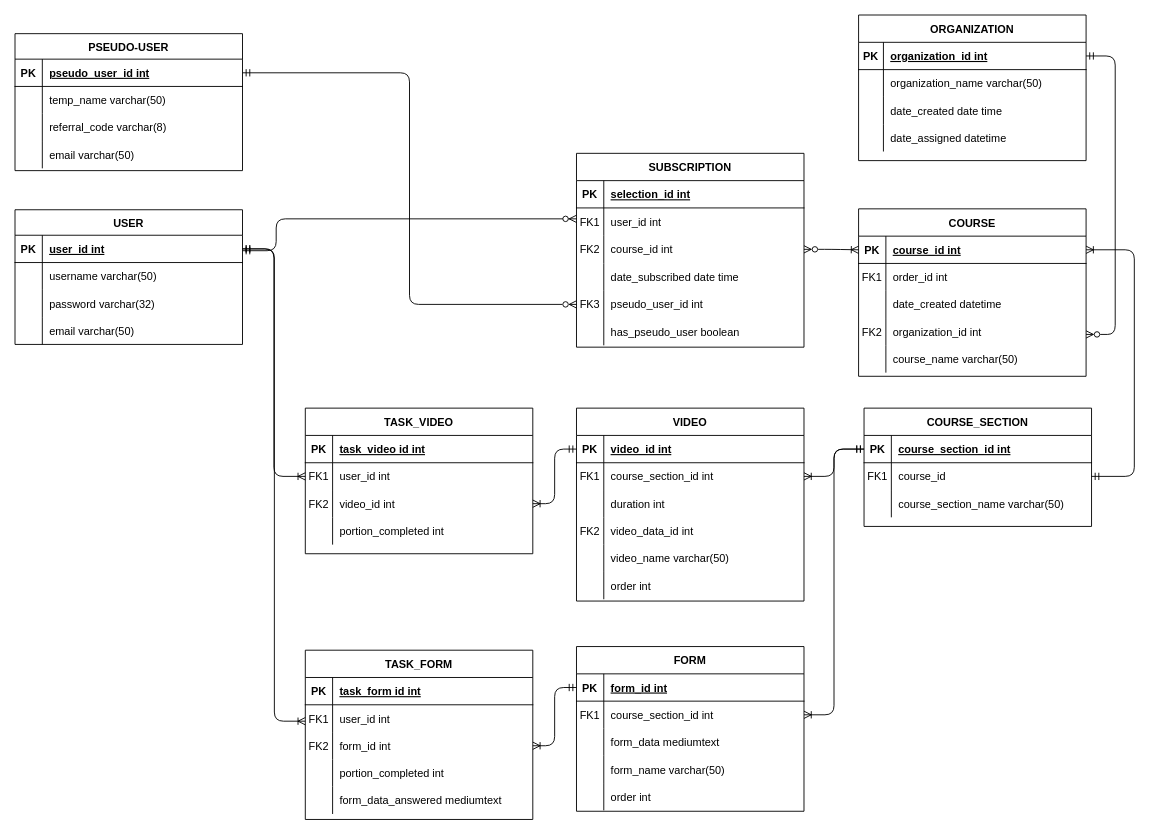
Before: docs/MOOC-3.drawio in Chai112/MOOC, a draw.io diagram. Source tidied: cells renumbered, new cells numbered last; positions are measured from the earlier drawing's top-left corner, leaving out a move shared by most shapes. Both pictures are drawn from the tidied source at 91%, with x=0, y=0 at pixel (15, 15).
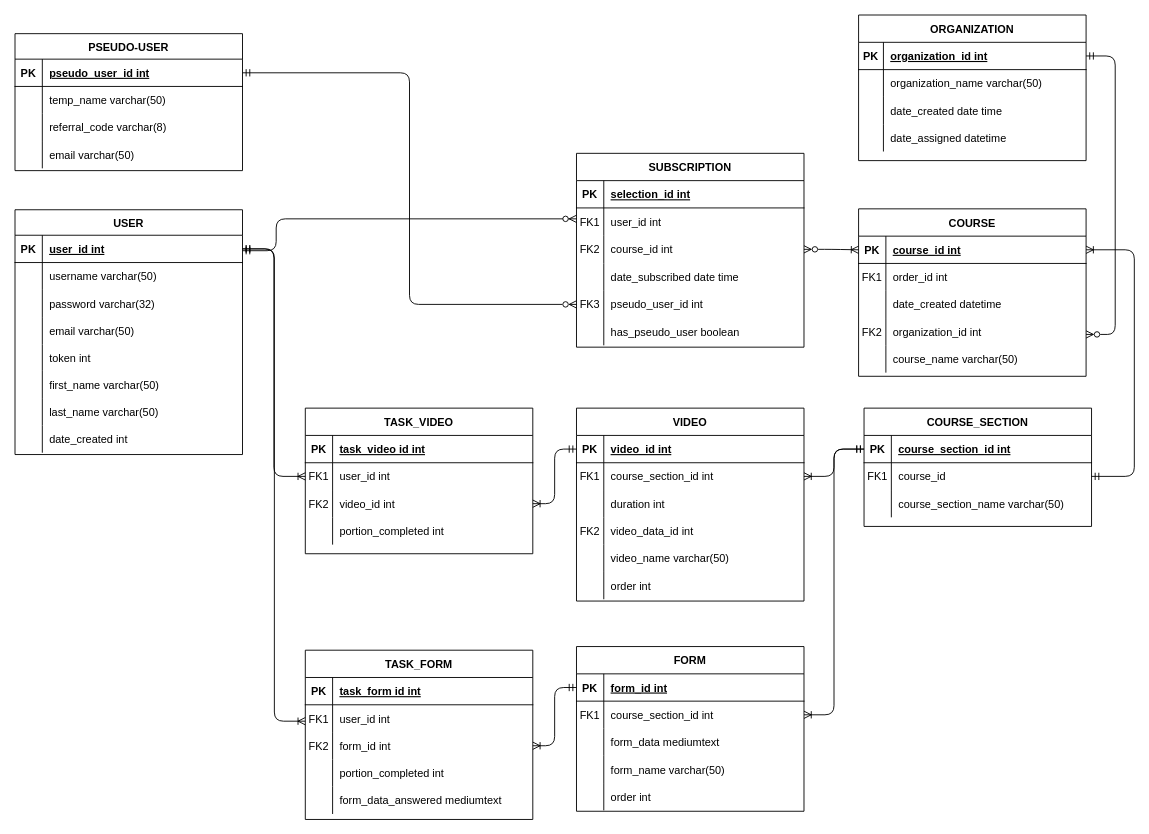
Above is the later version.

What changed in the source:
```diff
@@
     <mxCell id="39" value="USER" style="shape=table;startSize=28;childLayout=tableLayout;rowLines=0;fontStyle=1;align=center;" parent="1" vertex="1">
-      <mxGeometry y="214" width="250" height="148" as="geometry" />
+      <mxGeometry y="214" width="250" height="269" as="geometry" />
     </mxCell>
@@
+    <mxCell id="161" style="shape=partialRectangle;fillColor=none;top=0;left=0;right=0;bottom=0;" parent="39" vertex="1">
+      <mxGeometry y="148" width="250" height="29" as="geometry" />
+    </mxCell>
+    <mxCell id="162" style="shape=partialRectangle;overflow=hidden;fillColor=none;top=0;left=0;bottom=0;right=0;" parent="161" vertex="1">
+      <mxGeometry width="30" height="29" as="geometry" />
+    </mxCell>
+    <mxCell id="163" value="token int" style="shape=partialRectangle;overflow=hidden;fillColor=none;top=0;left=0;bottom=0;right=0;align=left;spacingLeft=6;" parent="161" vertex="1">
+      <mxGeometry x="30" width="220" height="29" as="geometry" />
+    </mxCell>
+    <mxCell id="164" style="shape=partialRectangle;fillColor=none;top=0;left=0;right=0;bottom=0;" parent="39" vertex="1">
+      <mxGeometry y="177" width="250" height="30" as="geometry" />
+    </mxCell>
+    <mxCell id="165" style="shape=partialRectangle;overflow=hidden;fillColor=none;top=0;left=0;bottom=0;right=0;" parent="164" vertex="1">
+      <mxGeometry width="30" height="30" as="geometry" />
+    </mxCell>
+    <mxCell id="166" value="first_name varchar(50)" style="shape=partialRectangle;overflow=hidden;fillColor=none;top=0;left=0;bottom=0;right=0;align=left;spacingLeft=6;" parent="164" vertex="1">
+      <mxGeometry x="30" width="220" height="30" as="geometry" />
+    </mxCell>
+    <mxCell id="167" style="shape=partialRectangle;fillColor=none;top=0;left=0;right=0;bottom=0;" parent="39" vertex="1">
+      <mxGeometry y="207" width="250" height="30" as="geometry" />
+    </mxCell>
+    <mxCell id="168" style="shape=partialRectangle;overflow=hidden;fillColor=none;top=0;left=0;bottom=0;right=0;" parent="167" vertex="1">
+      <mxGeometry width="30" height="30" as="geometry" />
+    </mxCell>
+    <mxCell id="169" value="last_name varchar(50)" style="shape=partialRectangle;overflow=hidden;fillColor=none;top=0;left=0;bottom=0;right=0;align=left;spacingLeft=6;" parent="167" vertex="1">
+      <mxGeometry x="30" width="220" height="30" as="geometry" />
+    </mxCell>
+    <mxCell id="170" style="shape=partialRectangle;fillColor=none;top=0;left=0;right=0;bottom=0;" parent="39" vertex="1">
+      <mxGeometry y="237" width="250" height="30" as="geometry" />
+    </mxCell>
+    <mxCell id="171" style="shape=partialRectangle;overflow=hidden;fillColor=none;top=0;left=0;bottom=0;right=0;" parent="170" vertex="1">
+      <mxGeometry width="30" height="30" as="geometry" />
+    </mxCell>
+    <mxCell id="172" value="date_created int" style="shape=partialRectangle;overflow=hidden;fillColor=none;top=0;left=0;bottom=0;right=0;align=left;spacingLeft=6;" parent="170" vertex="1">
+      <mxGeometry x="30" width="220" height="30" as="geometry" />
+    </mxCell>
```
